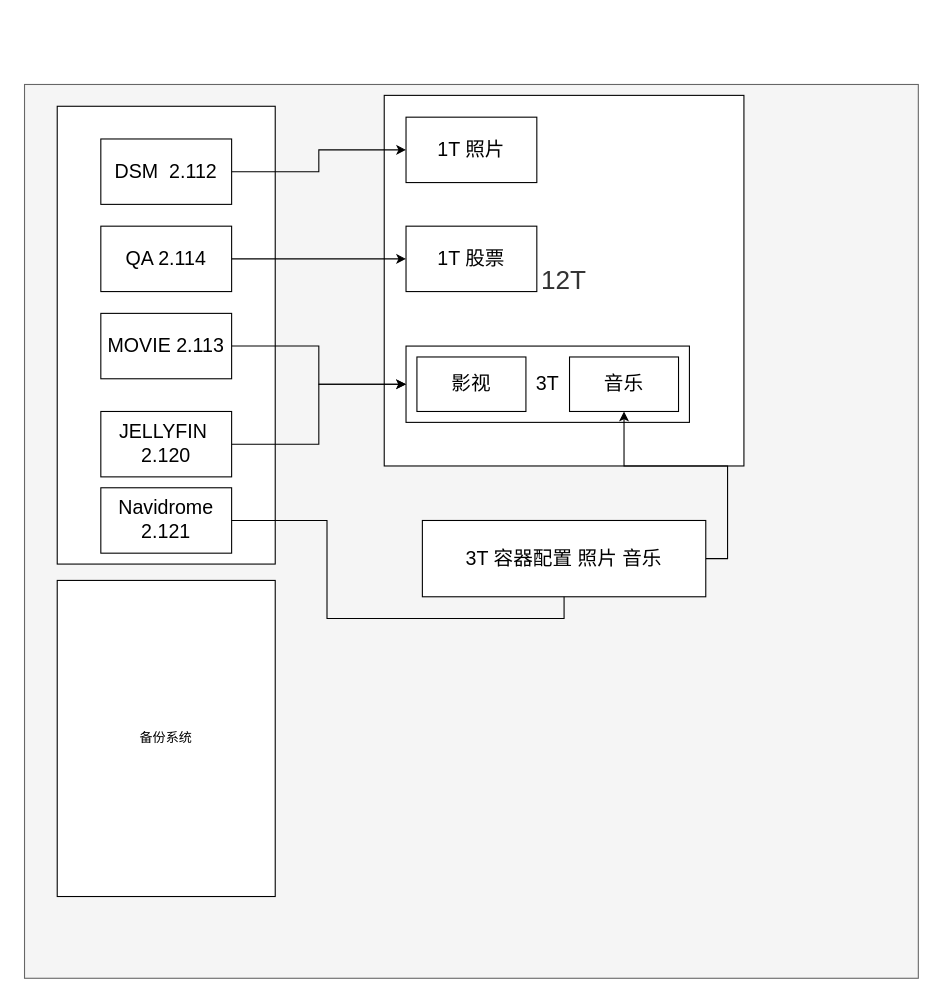
Earlier version of the draw.io diagram src/pve拓扑.drawio (yehonghao/draw). Source tidied: cells renumbered, new cells numbered last; positions are measured from the earlier drawing's top-left corner, leaving out a move shared by most shapes. Both pictures are drawn from the tidied source at 109%, with x=0, y=0 at pixel (24, 84).
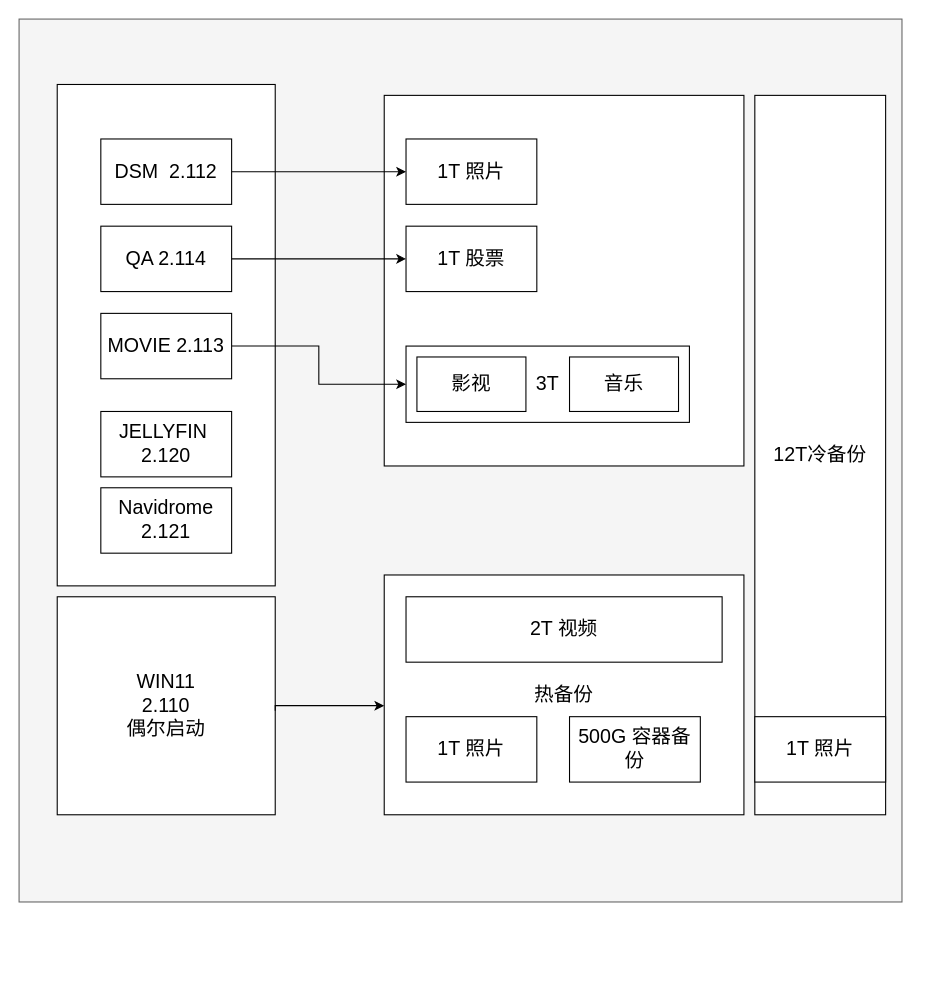
The same diagram, later.

The change refers to these unchanged cells:
```xml
<mxCell id="11" value="JELLYFIN&amp;nbsp; 2.120" style="rounded=0;whiteSpace=wrap;html=1;fontSize=18;" parent="1" vertex="1">
  <mxGeometry x="70" y="300" width="120" height="60" as="geometry" />
</mxCell>
<mxCell id="14" value="3T" style="rounded=0;whiteSpace=wrap;html=1;fontSize=18;" parent="1" vertex="1">
  <mxGeometry x="350" y="240" width="260" height="70" as="geometry" />
</mxCell>
<mxCell id="19" value="Navidrome&lt;br&gt;2.121" style="rounded=0;whiteSpace=wrap;html=1;fontSize=18;" parent="1" vertex="1">
  <mxGeometry x="70" y="370" width="120" height="60" as="geometry" />
</mxCell>
<mxCell id="20" value="音乐" style="rounded=0;whiteSpace=wrap;html=1;fontSize=18;" parent="1" vertex="1">
  <mxGeometry x="500" y="250" width="100" height="50" as="geometry" />
</mxCell>
```

Change to the diagram source:
```diff
@@
     <mxCell id="2" style="whiteSpace=wrap;html=1;fillColor=#f5f5f5;fontColor=#333333;strokeColor=#666666;" parent="1" vertex="1">
-      <mxGeometry width="820" height="820" as="geometry" />
+      <mxGeometry x="-5" y="-60" width="810" height="810" as="geometry" />
     </mxCell>
-    <mxCell id="3" value="&lt;span style=&quot;color: rgb(51 , 51 , 51) ; font-size: 24px&quot;&gt;12T&lt;/span&gt;" style="rounded=0;whiteSpace=wrap;html=1;fontSize=18;" parent="1" vertex="1">
+    <mxCell id="3" style="rounded=0;whiteSpace=wrap;html=1;fontSize=18;" parent="1" vertex="1">
       <mxGeometry x="330" y="10" width="330" height="340" as="geometry" />
     </mxCell>
     <mxCell id="4" style="rounded=0;whiteSpace=wrap;html=1;" parent="1" vertex="1">
-      <mxGeometry x="30" y="20" width="200" height="420" as="geometry" />
+      <mxGeometry x="30" width="200" height="460" as="geometry" />
     </mxCell>
@@
-    <mxCell id="9" value="备份系统" style="rounded=0;whiteSpace=wrap;html=1;" parent="1" vertex="1">
-      <mxGeometry x="30" y="455" width="200" height="290" as="geometry" />
-    </mxCell>
-    <mxCell id="10" style="edgeStyle=orthogonalEdgeStyle;rounded=0;jettySize=auto;html=1;exitX=1;exitY=0.5;exitDx=0;exitDy=0;fontSize=18;entryX=0;entryY=0.5;entryDx=0;entryDy=0;" parent="1" edge="1" source="11" target="14">
-      <mxGeometry relative="1" as="geometry" />
-    </mxCell>
@@
     <mxCell id="15" value="1T 照片" style="rounded=0;whiteSpace=wrap;html=1;fontSize=18;" parent="1" vertex="1">
-      <mxGeometry x="350" y="30" width="120" height="60" as="geometry" />
+      <mxGeometry x="350" y="50" width="120" height="60" as="geometry" />
     </mxCell>
@@
-    <mxCell id="18" style="edgeStyle=orthogonalEdgeStyle;rounded=0;jettySize=auto;html=1;exitX=1;exitY=0.5;exitDx=0;exitDy=0;entryX=0.5;entryY=1;entryDx=0;entryDy=0;startArrow=none;" parent="1" edge="1" source="21" target="20">
-      <mxGeometry relative="1" as="geometry" />
-    </mxCell>
@@
-    <mxCell id="21" value="3T 容器配置 照片 音乐" style="rounded=0;whiteSpace=wrap;html=1;fontSize=18;" parent="1" vertex="1">
-      <mxGeometry x="365" y="400" width="260" height="70" as="geometry" />
+    <mxCell id="21" value="热备份" style="rounded=0;whiteSpace=wrap;html=1;fontSize=18;" parent="1" vertex="1">
+      <mxGeometry x="330" y="450" width="330" height="220" as="geometry" />
     </mxCell>
-    <mxCell id="22" style="edgeStyle=orthogonalEdgeStyle;rounded=0;jettySize=auto;html=1;exitX=1;exitY=0.5;exitDx=0;exitDy=0;entryX=0.5;entryY=1;entryDx=0;entryDy=0;endArrow=none;" parent="1" edge="1" source="19" target="21">
-      <mxGeometry relative="1" as="geometry" />
-    </mxCell>
+    <mxCell id="23" value="1T 照片" style="rounded=0;whiteSpace=wrap;html=1;fontSize=18;" parent="1" vertex="1">
+      <mxGeometry x="350" y="580" width="120" height="60" as="geometry" />
+    </mxCell>
+    <mxCell id="24" value="500G 容器备份" style="rounded=0;whiteSpace=wrap;html=1;fontSize=18;" parent="1" vertex="1">
+      <mxGeometry x="500" y="580" width="120" height="60" as="geometry" />
+    </mxCell>
+    <mxCell id="25" value="12T冷备份" style="rounded=0;whiteSpace=wrap;html=1;fontSize=18;" parent="1" vertex="1">
+      <mxGeometry x="670" y="10" width="120" height="660" as="geometry" />
+    </mxCell>
+    <mxCell id="26" value="1T 照片" style="rounded=0;whiteSpace=wrap;html=1;fontSize=18;" parent="1" vertex="1">
+      <mxGeometry x="670" y="580" width="120" height="60" as="geometry" />
+    </mxCell>
+    <mxCell id="27" value="WIN11&lt;br&gt;2.110&lt;br style=&quot;font-size: 18px;&quot;&gt;偶尔启动" style="rounded=0;whiteSpace=wrap;html=1;fontSize=18;" parent="1" vertex="1">
+      <mxGeometry x="30" y="470" width="200" height="200" as="geometry" />
+    </mxCell>
+    <mxCell id="28" style="edgeStyle=orthogonalEdgeStyle;rounded=0;jettySize=auto;html=1;exitX=1;exitY=0.5;exitDx=0;exitDy=0;fontSize=18;entryX=0;entryY=0.545;entryDx=0;entryDy=0;entryPerimeter=0;" parent="1" edge="1" target="21">
+      <mxGeometry relative="1" as="geometry">
+        <mxPoint x="230" y="574.5" as="sourcePoint" />
+        <Array as="points">
+          <mxPoint x="230" y="570" />
+        </Array>
+      </mxGeometry>
+    </mxCell>
+    <mxCell id="29" value="2T 视频" style="rounded=0;whiteSpace=wrap;html=1;fontSize=18;" parent="1" vertex="1">
+      <mxGeometry x="350" y="470" width="290" height="60" as="geometry" />
+    </mxCell>
```
